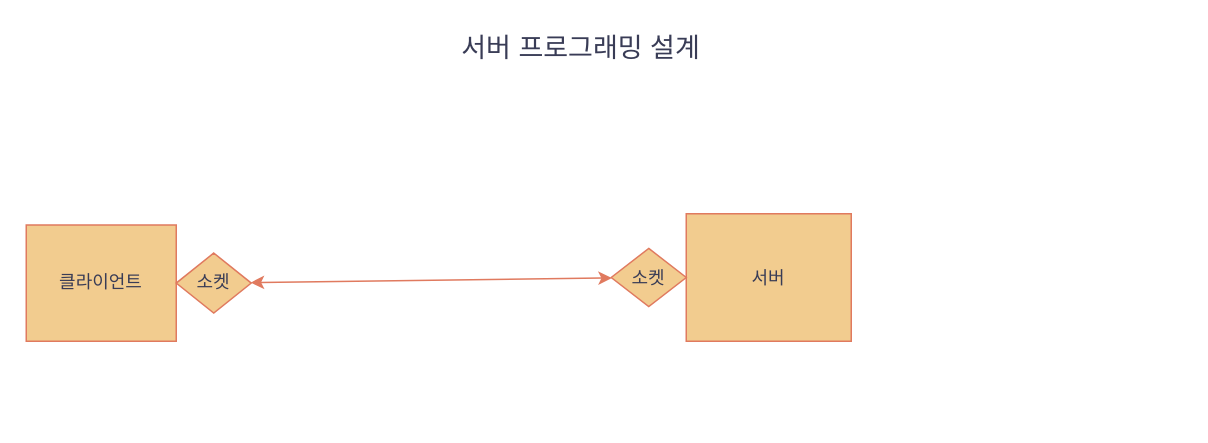
Above: Chat_Diagram.drawio in jh051777/chat (draw.io), before the change. Source tidied: cells renumbered, new cells numbered last; positions are measured from the earlier drawing's top-left corner, leaving out a move shared by most shapes. Both pictures are drawn from the tidied source at 150%, with x=0, y=0 at pixel (26, 26).
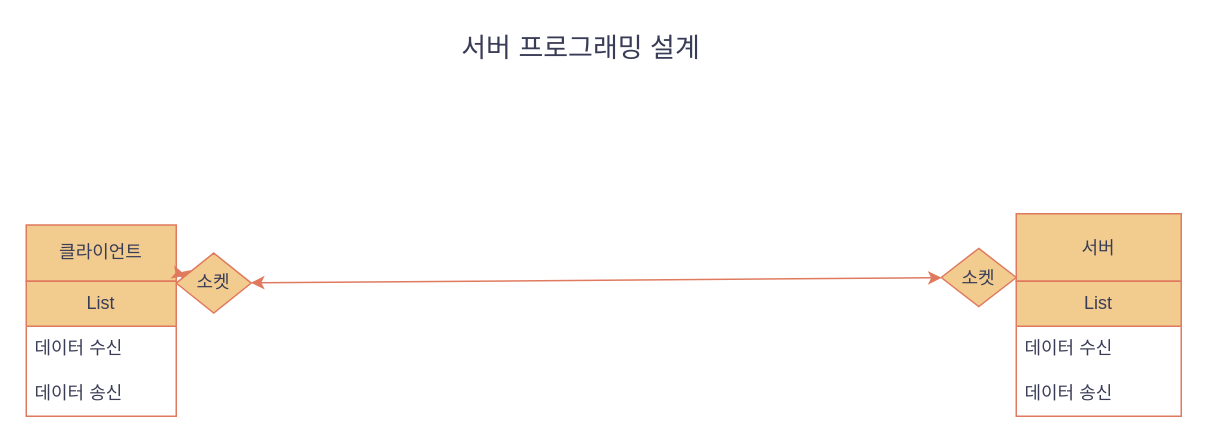
After the change.

Diff of the diagram source:
```diff
@@
 <mxGraphModel>
   <root>
     <mxCell id="0" />
     <mxCell id="1" parent="0" />
-    <mxCell id="2" value="서버" style="whiteSpace=wrap;html=1;labelBackgroundColor=none;fillColor=#F2CC8F;strokeColor=#E07A5F;fontColor=#393C56;" parent="1" vertex="1">
-      <mxGeometry x="440" y="125" width="110" height="85" as="geometry" />
-    </mxCell>
     <mxCell id="3" value="&lt;font style=&quot;font-size: 18px;&quot;&gt;서버 프로그래밍 설계&lt;/font&gt;" style="text;strokeColor=none;align=center;fillColor=none;html=1;verticalAlign=middle;whiteSpace=wrap;rounded=0;labelBackgroundColor=none;fontColor=#393C56;" parent="1" vertex="1">
       <mxGeometry x="270" width="200" height="30" as="geometry" />
     </mxCell>
     <mxCell id="4" value="클라이언트" style="rounded=0;whiteSpace=wrap;html=1;labelBackgroundColor=none;fillColor=#F2CC8F;strokeColor=#E07A5F;fontColor=#393C56;" parent="1" vertex="1">
-      <mxGeometry y="132.5" width="100" height="77.5" as="geometry" />
+      <mxGeometry y="132.5" width="100" height="37.5" as="geometry" />
     </mxCell>
-    <mxCell id="5" value="소켓" style="rhombus;whiteSpace=wrap;html=1;strokeColor=#E07A5F;fontColor=#393C56;fillColor=#F2CC8F;" parent="1" vertex="1">
-      <mxGeometry x="390" y="148.1" width="50" height="38.8" as="geometry" />
-    </mxCell>
-    <mxCell id="6" style="endArrow=classic;startArrow=classic;html=1;rounded=0;strokeColor=#E07A5F;fontColor=#393C56;fillColor=#F2CC8F;" parent="1" edge="1" source="8" target="5">
+    <mxCell id="6" style="endArrow=classic;startArrow=classic;html=1;rounded=0;fontColor=default;labelBackgroundColor=none;strokeColor=#E07A5F;" parent="1" edge="1" source="8" target="5">
       <mxGeometry relative="1" as="geometry" />
     </mxCell>
-    <mxCell id="7" style="endArrow=classic;startArrow=classic;html=1;rounded=0;strokeColor=#E07A5F;fontColor=#393C56;fillColor=#F2CC8F;" parent="1" edge="1" source="4" target="8">
+    <mxCell id="7" style="endArrow=classic;startArrow=classic;html=1;rounded=0;fontColor=default;labelBackgroundColor=none;strokeColor=#E07A5F;" parent="1" edge="1" source="4" target="8">
       <mxGeometry relative="1" as="geometry" />
     </mxCell>
-    <mxCell id="8" value="소켓" style="rhombus;whiteSpace=wrap;html=1;strokeColor=#E07A5F;fontColor=#393C56;fillColor=#F2CC8F;" parent="1" vertex="1">
+    <mxCell id="8" value="소켓" style="rhombus;whiteSpace=wrap;html=1;labelBackgroundColor=none;fillColor=#F2CC8F;strokeColor=#E07A5F;fontColor=#393C56;" parent="1" vertex="1">
       <mxGeometry x="100" y="151.2" width="50" height="40" as="geometry" />
     </mxCell>
+    <mxCell id="9" value="List" style="swimlane;fontStyle=0;horizontal=1;startSize=30;whiteSpace=wrap;html=1;labelBackgroundColor=none;fillColor=#F2CC8F;strokeColor=#E07A5F;fontColor=#393C56;" parent="1" vertex="1">
+      <mxGeometry y="170" width="100" height="90" as="geometry" />
+    </mxCell>
+    <mxCell id="10" value="데이터 수신" style="text;strokeColor=none;fillColor=none;align=left;verticalAlign=middle;spacingLeft=4;spacingRight=4;overflow=hidden;whiteSpace=wrap;html=1;labelBackgroundColor=none;fontColor=#393C56;" parent="9" vertex="1">
+      <mxGeometry y="30" width="100" height="30" as="geometry" />
+    </mxCell>
+    <mxCell id="11" value="데이터 송신" style="text;strokeColor=none;fillColor=none;align=left;verticalAlign=middle;spacingLeft=4;spacingRight=4;overflow=hidden;whiteSpace=wrap;html=1;labelBackgroundColor=none;fontColor=#393C56;" parent="9" vertex="1">
+      <mxGeometry y="60" width="100" height="30" as="geometry" />
+    </mxCell>
+    <mxCell id="12" style="group;" parent="1" vertex="1">
+      <mxGeometry x="610" y="125" width="160" height="135" as="geometry" />
+    </mxCell>
+    <mxCell id="2" value="서버" style="whiteSpace=wrap;html=1;labelBackgroundColor=none;fillColor=#F2CC8F;strokeColor=#E07A5F;fontColor=#393C56;" parent="12" vertex="1">
+      <mxGeometry x="50" width="110" height="45" as="geometry" />
+    </mxCell>
+    <mxCell id="5" value="소켓" style="rhombus;whiteSpace=wrap;html=1;labelBackgroundColor=none;fillColor=#F2CC8F;strokeColor=#E07A5F;fontColor=#393C56;" parent="12" vertex="1">
+      <mxGeometry y="23.1" width="50" height="38.8" as="geometry" />
+    </mxCell>
+    <mxCell id="13" value="List" style="swimlane;fontStyle=0;horizontal=1;startSize=30;whiteSpace=wrap;html=1;labelBackgroundColor=none;fillColor=#F2CC8F;strokeColor=#E07A5F;fontColor=#393C56;" parent="12" vertex="1">
+      <mxGeometry x="50" y="45" width="110" height="90" as="geometry" />
+    </mxCell>
+    <mxCell id="14" value="데이터 수신" style="text;strokeColor=none;fillColor=none;align=left;verticalAlign=middle;spacingLeft=4;spacingRight=4;overflow=hidden;whiteSpace=wrap;html=1;labelBackgroundColor=none;fontColor=#393C56;" parent="13" vertex="1">
+      <mxGeometry y="30" width="110" height="30" as="geometry" />
+    </mxCell>
+    <mxCell id="15" value="데이터 송신" style="text;strokeColor=none;fillColor=none;align=left;verticalAlign=middle;spacingLeft=4;spacingRight=4;overflow=hidden;whiteSpace=wrap;html=1;labelBackgroundColor=none;fontColor=#393C56;" parent="13" vertex="1">
+      <mxGeometry y="60" width="110" height="30" as="geometry" />
+    </mxCell>
   </root>
 </mxGraphModel>
```
